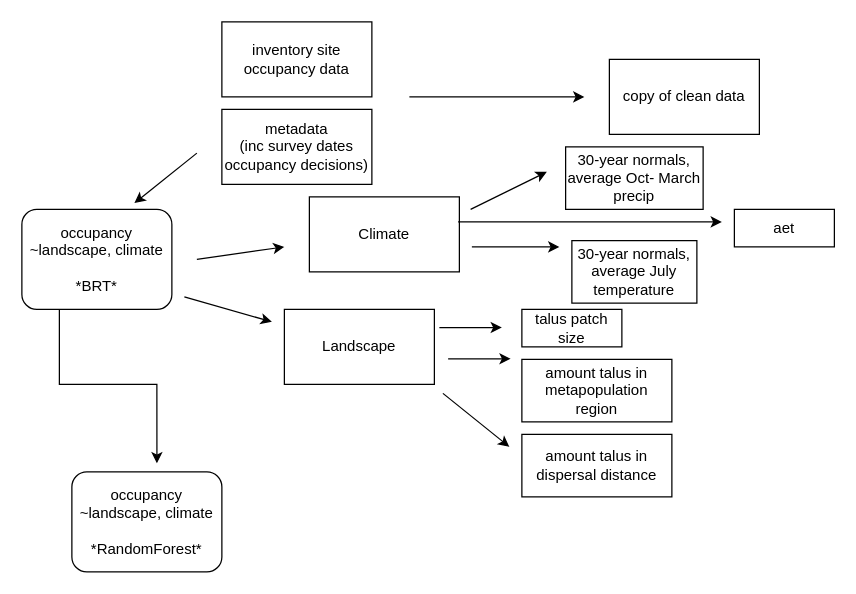
This is References/pka_analysis.drawio from jvangunst/OccupInvent, a draw.io file, before an edit. Source tidied: cells renumbered, new cells numbered last; positions are measured from the earlier drawing's top-left corner, leaving out a move shared by most shapes. Both pictures are drawn from the tidied source at 125%, with x=0, y=0 at pixel (21, 21).
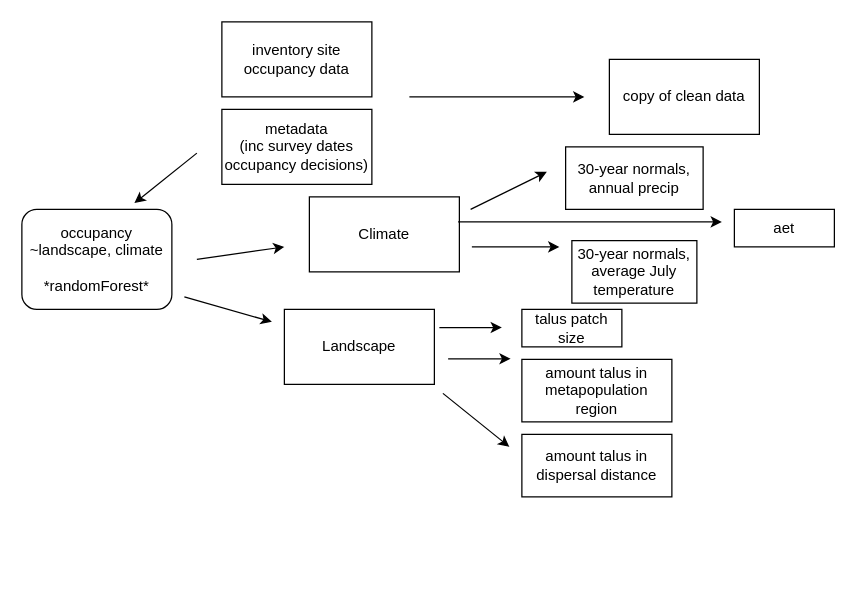
After the change.

The edit, as a diff of the source:
```diff
@@
-    <mxCell id="2" style="edgeStyle=orthogonalEdgeStyle;rounded=0;jettySize=auto;html=1;exitX=0.5;exitY=1;exitDx=0;exitDy=0;entryX=0.567;entryY=-0.085;entryDx=0;entryDy=0;entryPerimeter=0;" parent="1" edge="1" source="3" target="25">
-      <mxGeometry relative="1" as="geometry">
-        <Array as="points">
-          <mxPoint x="30" y="230" />
-          <mxPoint x="30" y="290" />
-          <mxPoint x="108" y="290" />
-        </Array>
-      </mxGeometry>
-    </mxCell>
-    <mxCell id="3" value="occupancy ~landscape, climate&lt;br&gt;&lt;br&gt;*BRT*" style="rounded=1;whiteSpace=wrap;html=1;fontSize=12;glass=0;strokeWidth=1;shadow=0;" parent="1" vertex="1">
+    <mxCell id="3" value="occupancy ~landscape, climate&lt;br&gt;&lt;br&gt;*randomForest*" style="rounded=1;whiteSpace=wrap;html=1;fontSize=12;glass=0;strokeWidth=1;shadow=0;" parent="1" vertex="1">
       <mxGeometry y="150" width="120" height="80" as="geometry" />
     </mxCell>
@@
-    <mxCell id="17" value="30-year normals, average Oct- March precip" style="rounded=0;whiteSpace=wrap;html=1;" parent="1" vertex="1">
+    <mxCell id="17" value="30-year normals, annual precip" style="rounded=0;whiteSpace=wrap;html=1;" parent="1" vertex="1">
       <mxGeometry x="435" y="100" width="110" height="50" as="geometry" />
     </mxCell>
@@
-    <mxCell id="25" value="occupancy ~landscape, climate&lt;br&gt;&lt;br&gt;*RandomForest*" style="rounded=1;whiteSpace=wrap;html=1;fontSize=12;glass=0;strokeWidth=1;shadow=0;" parent="1" vertex="1">
-      <mxGeometry x="40" y="360" width="120" height="80" as="geometry" />
-    </mxCell>
```
